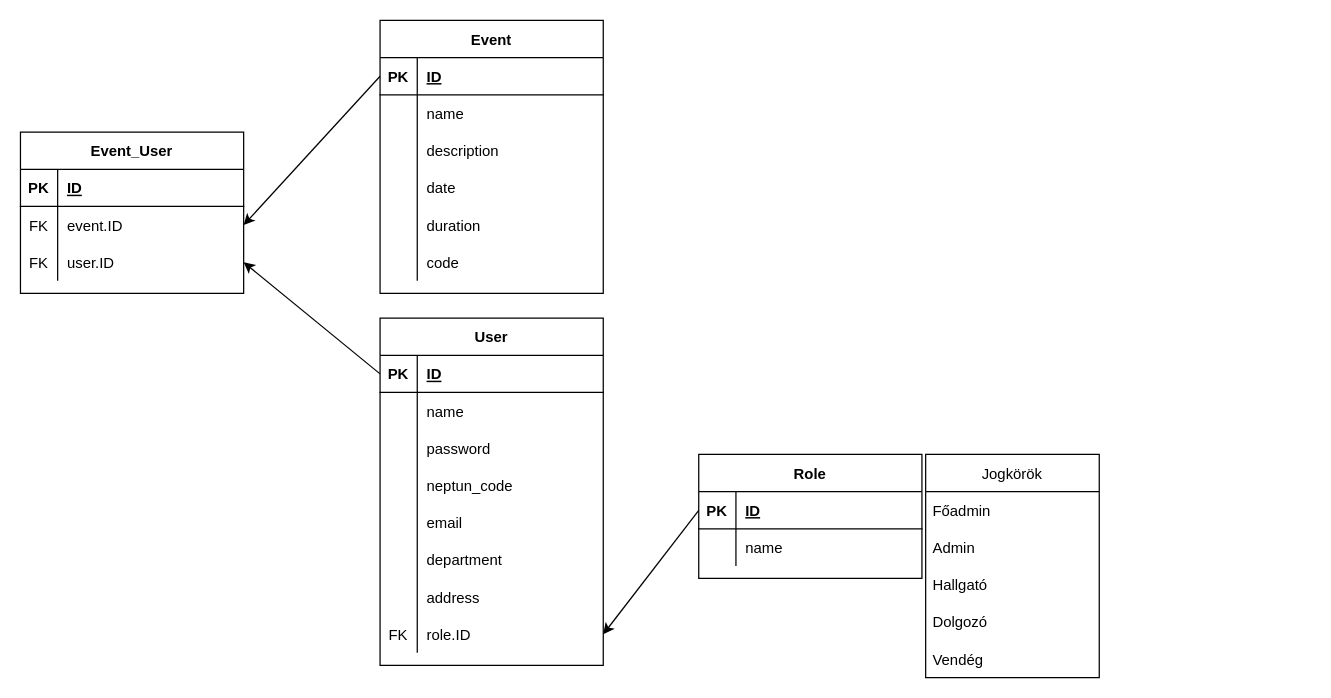
Earlier version of the draw.io diagram Documents/SportCheck_db_plan.drawio (Draconim/Creators). Source tidied: cells renumbered, new cells numbered last; positions are measured from the earlier drawing's top-left corner, leaving out a move shared by most shapes. Both pictures are drawn from the tidied source at 124%, with x=0, y=0 at pixel (20, 20).
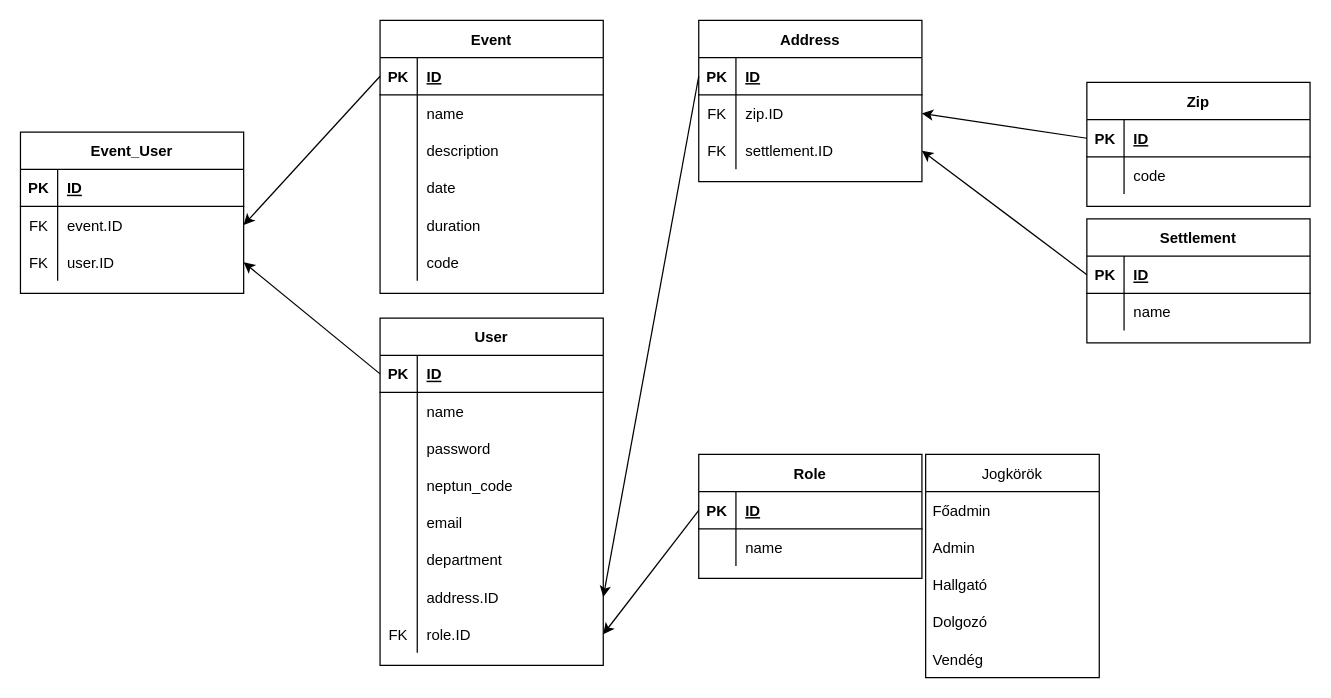
Above is the later version.

Commit message (it also covers changes not shown here):
Követelmény specifikáció 1, 2, 3

The change refers to these unchanged cells:
```xml
<mxCell id="21" style="shape=tableRow;horizontal=0;startSize=0;swimlaneHead=0;swimlaneBody=0;fillColor=none;points=[[0,0.5],[1,0.5]];portConstraint=eastwest;top=0;left=0;right=0;bottom=0;" parent="2" vertex="1">
  <mxGeometry y="210" width="180" height="30" as="geometry" />
</mxCell>
```

What changed in the source:
```diff
@@
-    <mxCell id="23" value="address" style="shape=partialRectangle;fillColor=none;top=0;left=0;bottom=0;right=0;align=left;spacingLeft=6;overflow=hidden;" parent="21" vertex="1">
+    <mxCell id="23" value="address.ID" style="shape=partialRectangle;fillColor=none;top=0;left=0;bottom=0;right=0;align=left;spacingLeft=6;overflow=hidden;" parent="21" vertex="1">
       <mxGeometry x="30" width="150" height="30" as="geometry" />
     </mxCell>
@@
+    <mxCell id="72" value="Address" style="shape=table;startSize=30;childLayout=tableLayout;rowLines=0;fontStyle=1;align=center;" parent="1" vertex="1">
+      <mxGeometry x="547" width="180" height="130" as="geometry" />
+    </mxCell>
+    <mxCell id="73" style="shape=tableRow;horizontal=0;startSize=0;swimlaneHead=0;swimlaneBody=0;fillColor=none;points=[[0,0.5],[1,0.5]];portConstraint=eastwest;top=0;left=0;right=0;bottom=1;" parent="72" vertex="1">
+      <mxGeometry y="30" width="180" height="30" as="geometry" />
+    </mxCell>
+    <mxCell id="74" value="PK" style="shape=partialRectangle;fillColor=none;top=0;left=0;bottom=0;right=0;fontStyle=1;overflow=hidden;" parent="73" vertex="1">
+      <mxGeometry width="30" height="30" as="geometry" />
+    </mxCell>
+    <mxCell id="75" value="ID" style="shape=partialRectangle;fillColor=none;top=0;left=0;bottom=0;right=0;align=left;spacingLeft=6;fontStyle=5;overflow=hidden;" parent="73" vertex="1">
+      <mxGeometry x="30" width="150" height="30" as="geometry" />
+    </mxCell>
+    <mxCell id="76" style="shape=tableRow;horizontal=0;startSize=0;swimlaneHead=0;swimlaneBody=0;fillColor=none;points=[[0,0.5],[1,0.5]];portConstraint=eastwest;top=0;left=0;right=0;bottom=0;" parent="72" vertex="1">
+      <mxGeometry y="60" width="180" height="30" as="geometry" />
+    </mxCell>
+    <mxCell id="77" value="FK" style="shape=partialRectangle;fillColor=none;top=0;left=0;bottom=0;right=0;overflow=hidden;" parent="76" vertex="1">
+      <mxGeometry width="30" height="30" as="geometry" />
+    </mxCell>
+    <mxCell id="78" value="zip.ID" style="shape=partialRectangle;fillColor=none;top=0;left=0;bottom=0;right=0;align=left;spacingLeft=6;overflow=hidden;" parent="76" vertex="1">
+      <mxGeometry x="30" width="150" height="30" as="geometry" />
+    </mxCell>
+    <mxCell id="79" style="shape=tableRow;horizontal=0;startSize=0;swimlaneHead=0;swimlaneBody=0;fillColor=none;points=[[0,0.5],[1,0.5]];portConstraint=eastwest;top=0;left=0;right=0;bottom=0;" parent="72" vertex="1">
+      <mxGeometry y="90" width="180" height="30" as="geometry" />
+    </mxCell>
+    <mxCell id="80" value="FK" style="shape=partialRectangle;fillColor=none;top=0;left=0;bottom=0;right=0;overflow=hidden;" parent="79" vertex="1">
+      <mxGeometry width="30" height="30" as="geometry" />
+    </mxCell>
+    <mxCell id="81" value="settlement.ID" style="shape=partialRectangle;fillColor=none;top=0;left=0;bottom=0;right=0;align=left;spacingLeft=6;overflow=hidden;" parent="79" vertex="1">
+      <mxGeometry x="30" width="150" height="30" as="geometry" />
+    </mxCell>
+    <mxCell id="82" style="endArrow=classic;html=1;rounded=0;exitX=0;exitY=0.5;exitDx=0;exitDy=0;entryX=1;entryY=0.5;entryDx=0;entryDy=0;" parent="1" edge="1" source="73" target="21">
+      <mxGeometry relative="1" as="geometry" />
+    </mxCell>
+    <mxCell id="83" value="Zip" style="shape=table;startSize=30;childLayout=tableLayout;rowLines=0;fontStyle=1;align=center;" parent="1" vertex="1">
+      <mxGeometry x="860" y="50" width="180" height="100" as="geometry" />
+    </mxCell>
+    <mxCell id="84" style="shape=tableRow;horizontal=0;startSize=0;swimlaneHead=0;swimlaneBody=0;fillColor=none;points=[[0,0.5],[1,0.5]];portConstraint=eastwest;top=0;left=0;right=0;bottom=1;" parent="83" vertex="1">
+      <mxGeometry y="30" width="180" height="30" as="geometry" />
+    </mxCell>
+    <mxCell id="85" value="PK" style="shape=partialRectangle;fillColor=none;top=0;left=0;bottom=0;right=0;fontStyle=1;overflow=hidden;" parent="84" vertex="1">
+      <mxGeometry width="30" height="30" as="geometry" />
+    </mxCell>
+    <mxCell id="86" value="ID" style="shape=partialRectangle;fillColor=none;top=0;left=0;bottom=0;right=0;align=left;spacingLeft=6;fontStyle=5;overflow=hidden;" parent="84" vertex="1">
+      <mxGeometry x="30" width="150" height="30" as="geometry" />
+    </mxCell>
+    <mxCell id="87" style="shape=tableRow;horizontal=0;startSize=0;swimlaneHead=0;swimlaneBody=0;fillColor=none;top=0;left=0;right=0;bottom=0;" parent="83" vertex="1">
+      <mxGeometry y="60" width="180" height="30" as="geometry" />
+    </mxCell>
+    <mxCell id="88" style="shape=partialRectangle;fillColor=none;top=0;left=0;bottom=0;right=0;overflow=hidden;" parent="87" vertex="1">
+      <mxGeometry width="30" height="30" as="geometry" />
+    </mxCell>
+    <mxCell id="89" value="code" style="shape=partialRectangle;fillColor=none;top=0;left=0;bottom=0;right=0;align=left;spacingLeft=6;overflow=hidden;" parent="87" vertex="1">
+      <mxGeometry x="30" width="150" height="30" as="geometry" />
+    </mxCell>
+    <mxCell id="90" value="Settlement" style="shape=table;startSize=30;childLayout=tableLayout;rowLines=0;fontStyle=1;align=center;" parent="1" vertex="1">
+      <mxGeometry x="860" y="160" width="180" height="100" as="geometry" />
+    </mxCell>
+    <mxCell id="91" style="shape=tableRow;horizontal=0;startSize=0;swimlaneHead=0;swimlaneBody=0;fillColor=none;points=[[0,0.5],[1,0.5]];portConstraint=eastwest;top=0;left=0;right=0;bottom=1;" parent="90" vertex="1">
+      <mxGeometry y="30" width="180" height="30" as="geometry" />
+    </mxCell>
+    <mxCell id="92" value="PK" style="shape=partialRectangle;fillColor=none;top=0;left=0;bottom=0;right=0;fontStyle=1;overflow=hidden;" parent="91" vertex="1">
+      <mxGeometry width="30" height="30" as="geometry" />
+    </mxCell>
+    <mxCell id="93" value="ID" style="shape=partialRectangle;fillColor=none;top=0;left=0;bottom=0;right=0;align=left;spacingLeft=6;fontStyle=5;overflow=hidden;" parent="91" vertex="1">
+      <mxGeometry x="30" width="150" height="30" as="geometry" />
+    </mxCell>
+    <mxCell id="94" style="shape=tableRow;horizontal=0;startSize=0;swimlaneHead=0;swimlaneBody=0;fillColor=none;top=0;left=0;right=0;bottom=0;" parent="90" vertex="1">
+      <mxGeometry y="60" width="180" height="30" as="geometry" />
+    </mxCell>
+    <mxCell id="95" style="shape=partialRectangle;fillColor=none;top=0;left=0;bottom=0;right=0;overflow=hidden;" parent="94" vertex="1">
+      <mxGeometry width="30" height="30" as="geometry" />
+    </mxCell>
+    <mxCell id="96" value="name" style="shape=partialRectangle;fillColor=none;top=0;left=0;bottom=0;right=0;align=left;spacingLeft=6;overflow=hidden;" parent="94" vertex="1">
+      <mxGeometry x="30" width="150" height="30" as="geometry" />
+    </mxCell>
+    <mxCell id="97" style="endArrow=classic;html=1;rounded=0;exitX=0;exitY=0.5;exitDx=0;exitDy=0;entryX=1;entryY=0.5;entryDx=0;entryDy=0;" parent="1" edge="1" source="91" target="79">
+      <mxGeometry relative="1" as="geometry" />
+    </mxCell>
+    <mxCell id="98" style="endArrow=classic;html=1;rounded=0;exitX=0;exitY=0.5;exitDx=0;exitDy=0;entryX=1;entryY=0.5;entryDx=0;entryDy=0;" parent="1" edge="1" source="84" target="76">
+      <mxGeometry relative="1" as="geometry" />
+    </mxCell>
```
